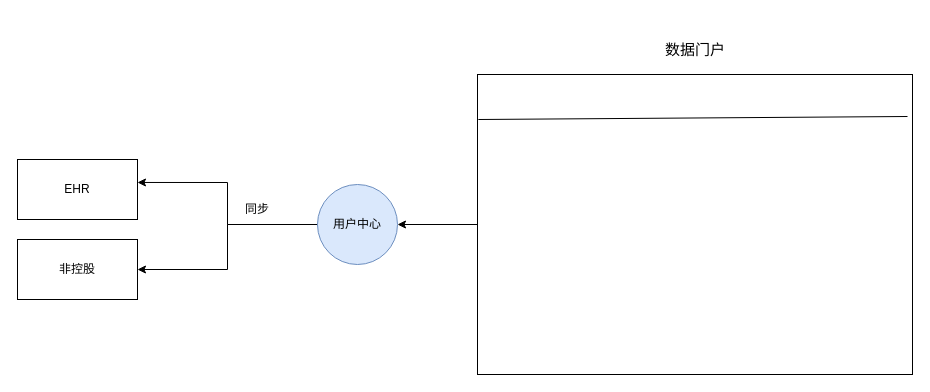
Earlier version of the draw.io diagram page "用户登录" (1 of 2) of pet_data_warehouse/权限设计.drawio (fangzheng0518/draw). Source tidied: cells renumbered, new cells numbered last; positions are measured from the earlier drawing's top-left corner, leaving out a move shared by most shapes. Both pictures are drawn from the tidied source at 100%, with x=0, y=0 at pixel (17, 39).
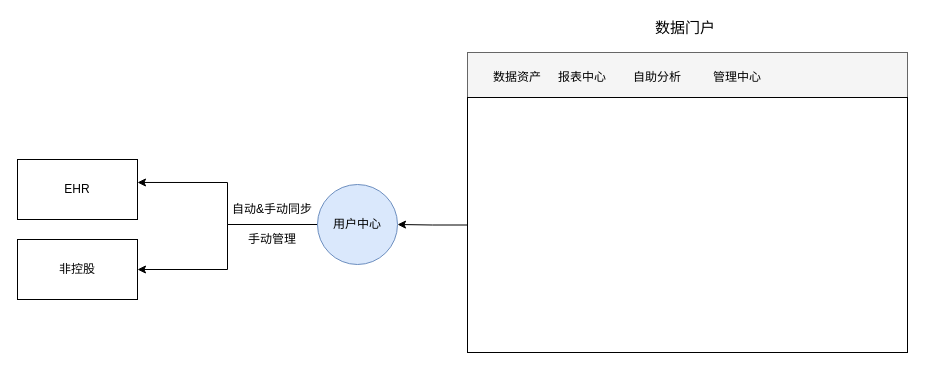
The same page after the edit.

Commit message (it also covers changes not shown here):
更新权限设计.drawio

The edit, as a diff of the source:
```diff
@@
 <mxGraphModel>
   <root>
     <mxCell id="0" />
     <mxCell id="1" parent="0" />
-    <mxCell id="2" style="edgeStyle=orthogonalEdgeStyle;rounded=0;jettySize=auto;html=1;exitX=0;exitY=0.5;exitDx=0;exitDy=0;" parent="1" edge="1" source="9" target="11">
-      <mxGeometry relative="1" as="geometry" />
-    </mxCell>
+    <mxCell id="12" style="rounded=0;whiteSpace=wrap;html=1;fillColor=#f5f5f5;strokeColor=#666666;fontColor=#333333;" parent="1" vertex="1">
+      <mxGeometry x="450" y="13" width="440" height="45" as="geometry" />
+    </mxCell>
     <mxCell id="3" style="edgeStyle=orthogonalEdgeStyle;rounded=0;jettySize=auto;html=1;exitX=0;exitY=0.5;exitDx=0;exitDy=0;entryX=1;entryY=0.5;entryDx=0;entryDy=0;" parent="1" edge="1" source="11" target="6">
       <mxGeometry relative="1" as="geometry" />
     </mxCell>
     <mxCell id="4" style="edgeStyle=orthogonalEdgeStyle;rounded=0;jettySize=auto;html=1;entryX=1;entryY=0.383;entryDx=0;entryDy=0;entryPerimeter=0;exitX=0;exitY=0.5;exitDx=0;exitDy=0;" parent="1" edge="1" source="11" target="5">
       <mxGeometry relative="1" as="geometry" />
     </mxCell>
     <mxCell id="5" value="EHR" style="rounded=0;whiteSpace=wrap;html=1;" parent="1" vertex="1">
       <mxGeometry y="120" width="120" height="60" as="geometry" />
     </mxCell>
     <mxCell id="6" value="非控股" style="rounded=0;whiteSpace=wrap;html=1;" parent="1" vertex="1">
       <mxGeometry y="200" width="120" height="60" as="geometry" />
     </mxCell>
-    <mxCell id="7" value="同步" style="text;html=1;strokeColor=none;fillColor=none;align=center;verticalAlign=middle;whiteSpace=wrap;rounded=0;" parent="1" vertex="1">
-      <mxGeometry x="220" y="160" width="40" height="20" as="geometry" />
+    <mxCell id="7" value="自动&amp;amp;手动同步" style="text;html=1;strokeColor=none;fillColor=none;align=center;verticalAlign=middle;whiteSpace=wrap;rounded=0;" parent="1" vertex="1">
+      <mxGeometry x="210" y="160" width="90" height="20" as="geometry" />
     </mxCell>
     <mxCell id="8" value="&lt;font style=&quot;font-size: 15px&quot;&gt;数据门户&lt;/font&gt;" style="text;html=1;strokeColor=none;fillColor=none;align=center;verticalAlign=middle;whiteSpace=wrap;rounded=0;" parent="1" vertex="1">
-      <mxGeometry x="627.5" width="100" height="20" as="geometry" />
+      <mxGeometry x="617.5" y="-22" width="100" height="20" as="geometry" />
     </mxCell>
+    <mxCell id="2" style="edgeStyle=orthogonalEdgeStyle;rounded=0;jettySize=auto;html=1;exitX=0;exitY=0.5;exitDx=0;exitDy=0;entryX=1;entryY=0.5;entryDx=0;entryDy=0;" parent="1" edge="1" source="9" target="11">
+      <mxGeometry relative="1" as="geometry" />
+    </mxCell>
     <mxCell id="9" style="rounded=0;whiteSpace=wrap;html=1;" parent="1" vertex="1">
-      <mxGeometry x="460" y="35" width="435" height="300" as="geometry" />
+      <mxGeometry x="450" y="58" width="440" height="255" as="geometry" />
     </mxCell>
-    <mxCell id="10" style="endArrow=none;html=1;exitX=0.002;exitY=0.15;exitDx=0;exitDy=0;exitPerimeter=0;" parent="1" edge="1" source="9">
-      <mxGeometry relative="1" as="geometry">
-        <mxPoint x="890" y="77" as="targetPoint" />
-      </mxGeometry>
-    </mxCell>
     <mxCell id="11" value="用户中心" style="ellipse;whiteSpace=wrap;html=1;fillColor=#dae8fc;strokeColor=#6c8ebf;" parent="1" vertex="1">
       <mxGeometry x="300" y="145" width="80" height="80" as="geometry" />
     </mxCell>
+    <mxCell id="13" value="数据资产" style="text;html=1;strokeColor=none;fillColor=none;align=center;verticalAlign=middle;whiteSpace=wrap;rounded=0;" parent="1" vertex="1">
+      <mxGeometry x="470" y="28" width="60" height="20" as="geometry" />
+    </mxCell>
+    <mxCell id="14" value="报表中心" style="text;html=1;strokeColor=none;fillColor=none;align=center;verticalAlign=middle;whiteSpace=wrap;rounded=0;" parent="1" vertex="1">
+      <mxGeometry x="535" y="28" width="60" height="20" as="geometry" />
+    </mxCell>
+    <mxCell id="15" value="自助分析" style="text;html=1;strokeColor=none;fillColor=none;align=center;verticalAlign=middle;whiteSpace=wrap;rounded=0;" parent="1" vertex="1">
+      <mxGeometry x="610" y="28" width="60" height="20" as="geometry" />
+    </mxCell>
+    <mxCell id="16" value="管理中心" style="text;html=1;strokeColor=none;fillColor=none;align=center;verticalAlign=middle;whiteSpace=wrap;rounded=0;" parent="1" vertex="1">
+      <mxGeometry x="690" y="28" width="60" height="20" as="geometry" />
+    </mxCell>
+    <mxCell id="17" value="手动管理" style="text;html=1;strokeColor=none;fillColor=none;align=center;verticalAlign=middle;whiteSpace=wrap;rounded=0;" parent="1" vertex="1">
+      <mxGeometry x="230" y="190" width="50" height="20" as="geometry" />
+    </mxCell>
   </root>
 </mxGraphModel>
```
